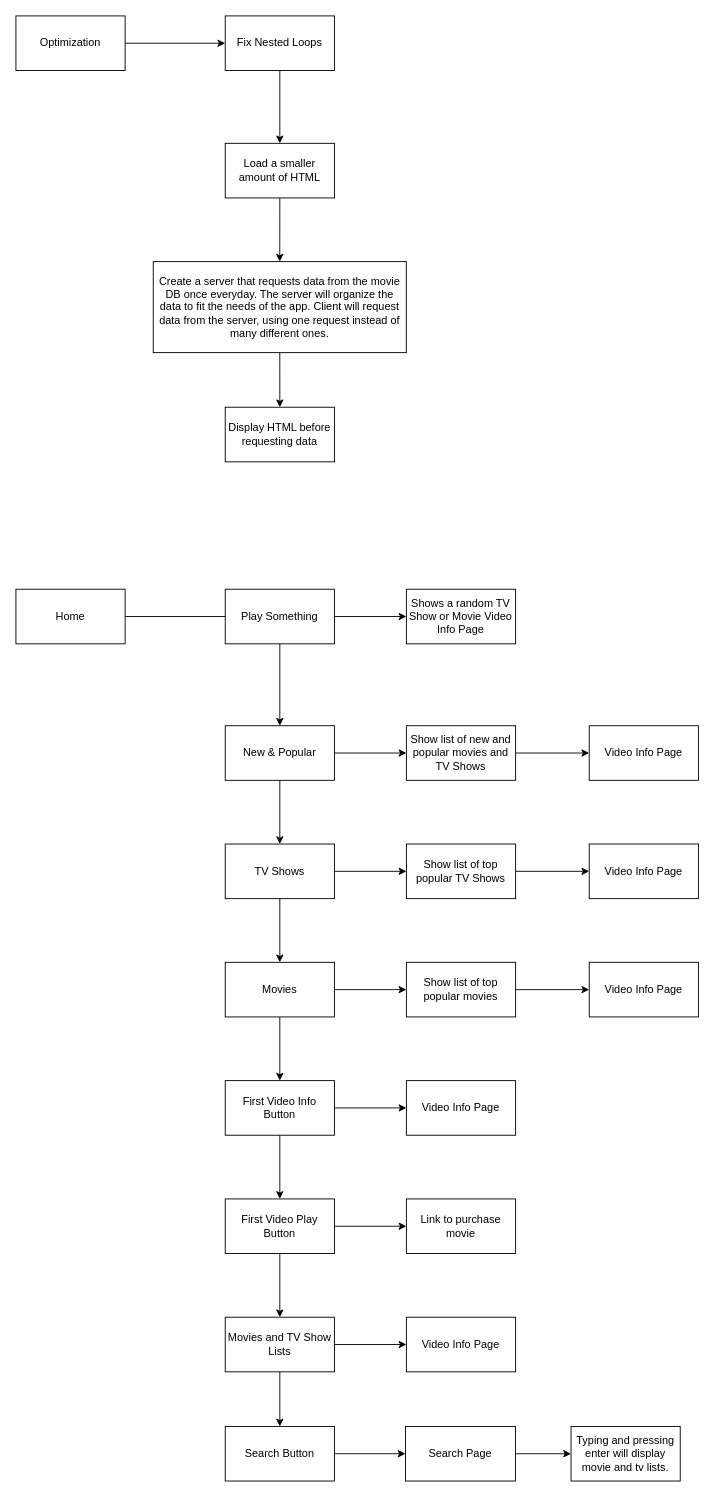
Earlier version of the draw.io diagram Architecture.drawio (bryanjug/netflix-clone). Source tidied: cells renumbered, new cells numbered last; positions are measured from the earlier drawing's top-left corner, leaving out a move shared by most shapes. Both pictures are drawn from the tidied source at 91%, with x=0, y=0 at pixel (15, 15).
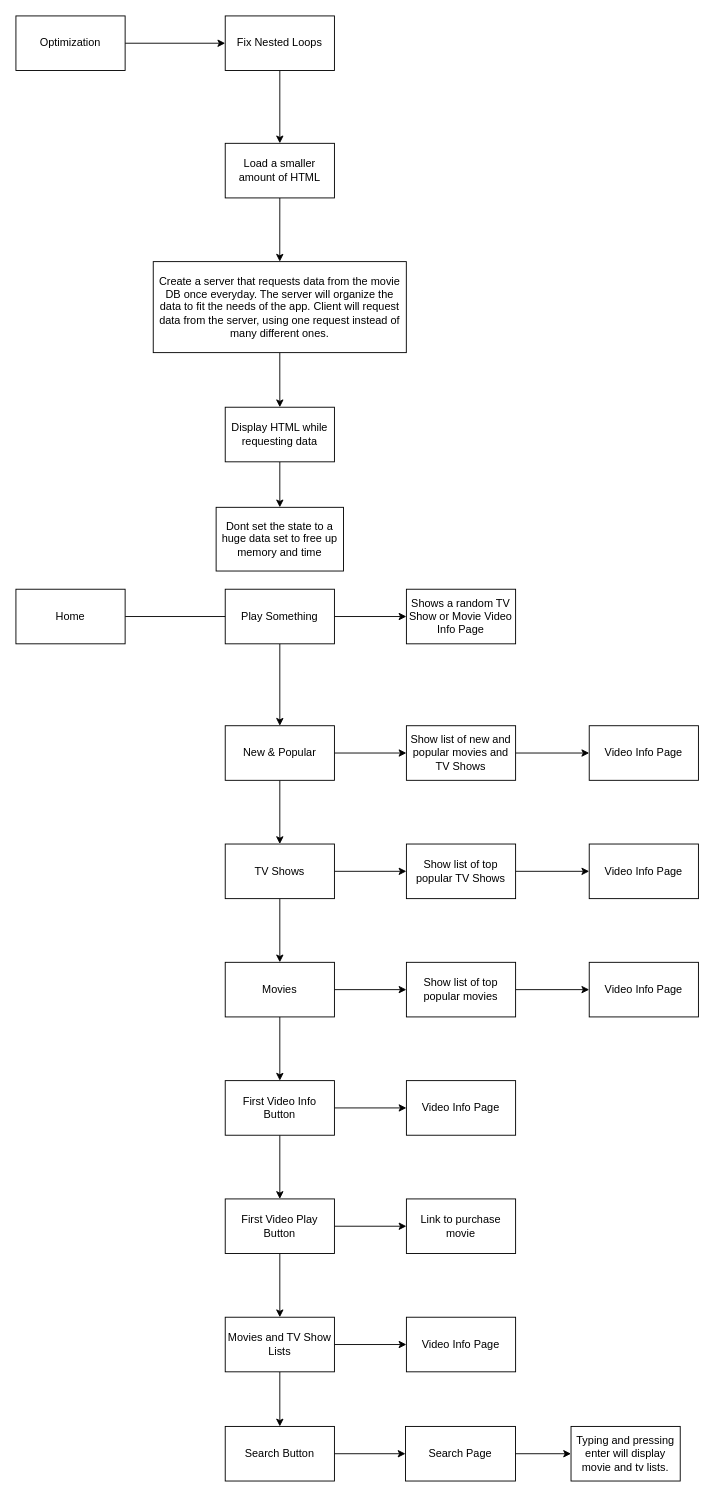
The same diagram, later.

The edit, as a diff of the source:
```diff
@@
+    <mxCell id="52" style="edgeStyle=none;html=1;" parent="1" edge="1" source="10" target="53">
+      <mxGeometry relative="1" as="geometry" />
+    </mxCell>
-    <mxCell id="10" value="Display HTML before requesting data" style="whiteSpace=wrap;html=1;" parent="1" vertex="1">
+    <mxCell id="10" value="Display HTML while requesting data" style="whiteSpace=wrap;html=1;" parent="1" vertex="1">
       <mxGeometry x="230" y="430" width="120" height="60" as="geometry" />
     </mxCell>
@@
+    <mxCell id="53" value="Dont set the state to a huge data set to free up memory and time" style="whiteSpace=wrap;html=1;" parent="1" vertex="1">
+      <mxGeometry x="220" y="540" width="140" height="70" as="geometry" />
+    </mxCell>
```
